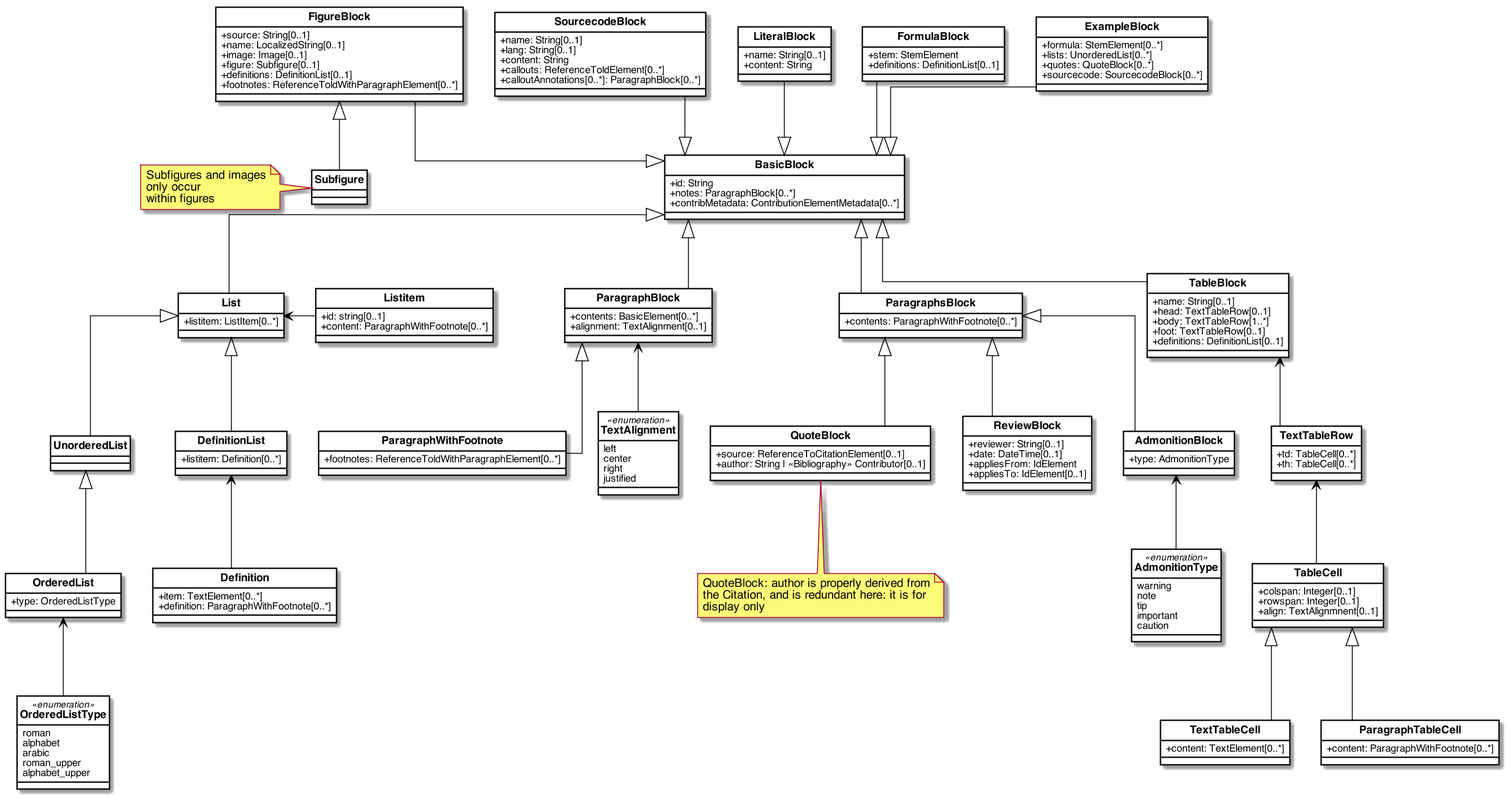
The PlantUML diagram images/Blocks.png in metanorma/basicdoc-models, before a commit.
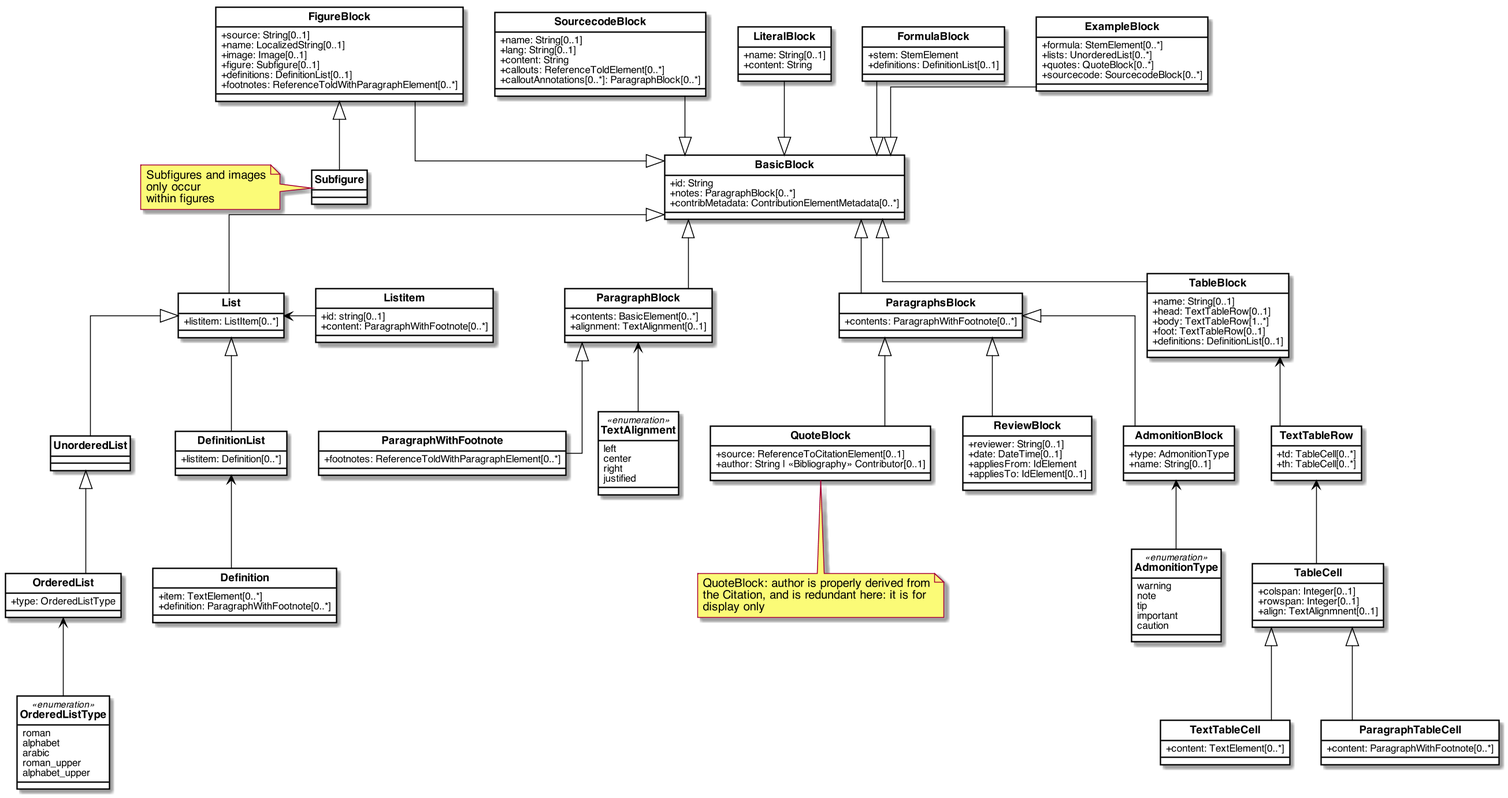
After the change.

Commit message:
add admonition/name; https://github.com/riboseinc/metanorma-standoc/issues/46

What changed in the source:
```diff
@@ -120,6 +120,7 @@
 
 class AdmonitionBlock{
     +type: AdmonitionType
+    +name: String[0..1]
 }
 
 class TextTableRow{
```
